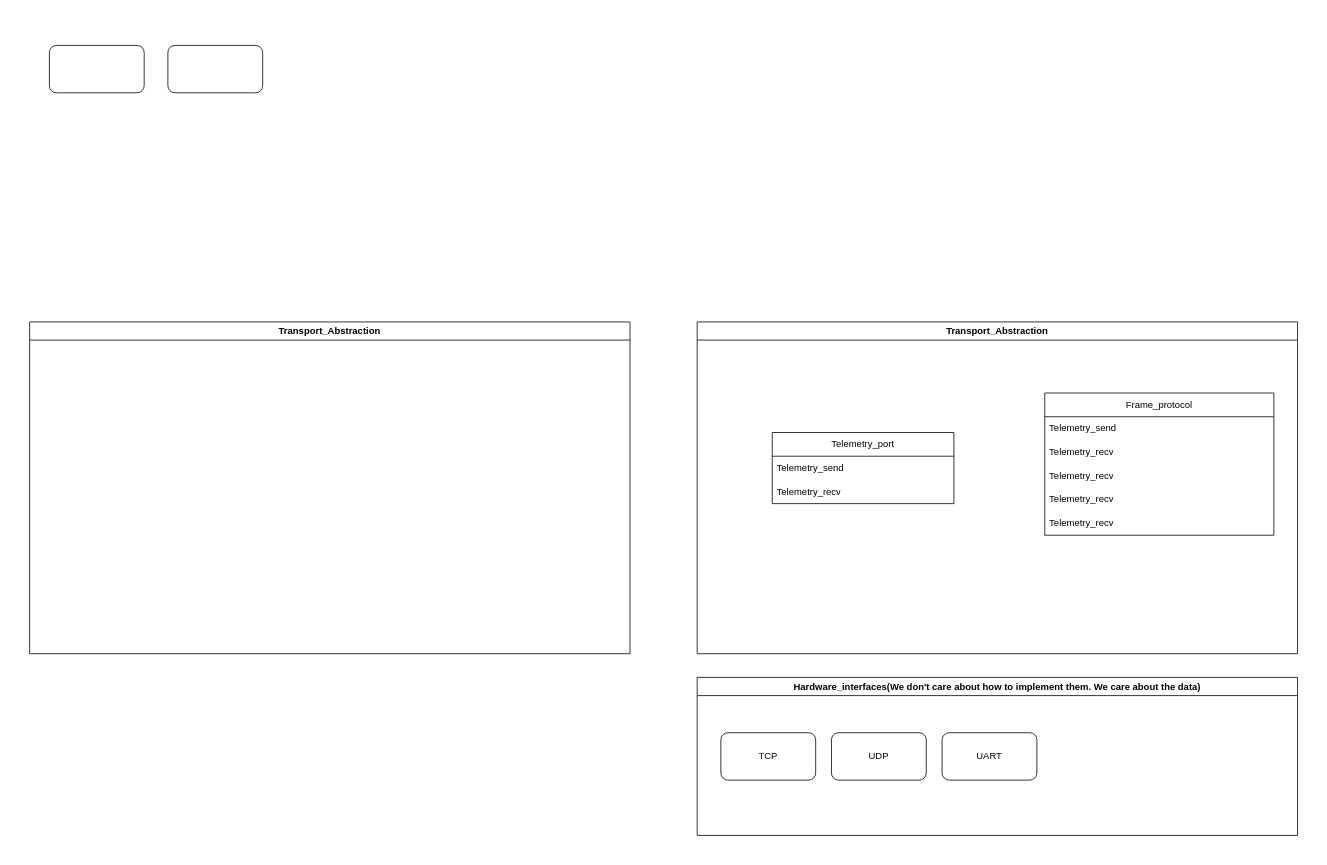
Before: SystemDiagram.drawio in lyg09270/Simuless, a draw.io diagram. Source tidied: cells renumbered, new cells numbered last; positions are measured from the earlier drawing's top-left corner, leaving out a move shared by most shapes. Both pictures are drawn from the tidied source at 79%, with x=0, y=0 at pixel (29, 45).
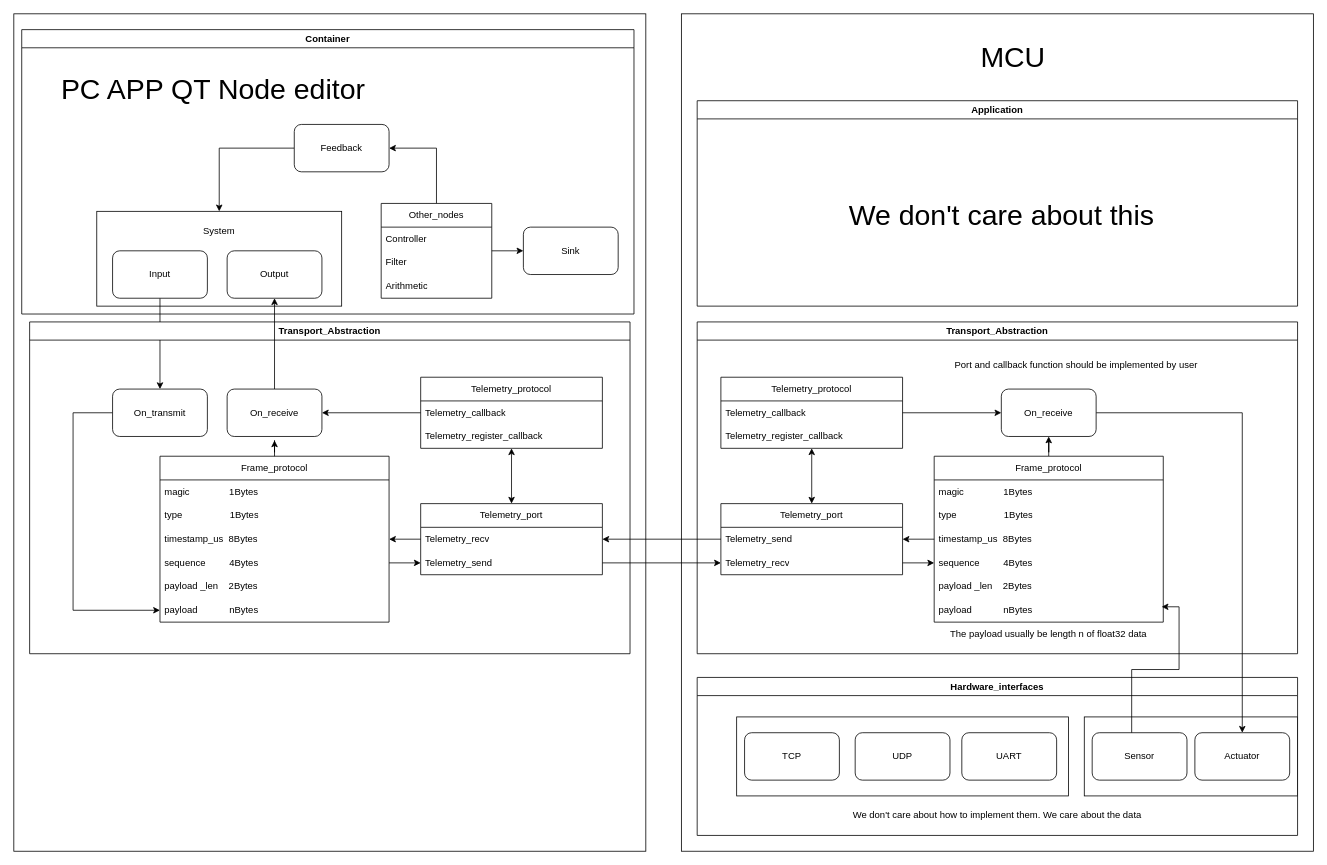
The same page after the edit.

Unchanged cells that the change refers to:
```xml
<mxCell id="7" value="Telemetry_send" style="text;strokeColor=none;fillColor=none;align=left;verticalAlign=middle;spacingLeft=4;spacingRight=4;overflow=hidden;points=[[0,0.5],[1,0.5]];portConstraint=eastwest;whiteSpace=wrap;html=1;" parent="6" vertex="1">
  <mxGeometry y="30" width="230" height="30" as="geometry" />
</mxCell>
<mxCell id="8" value="Telemetry_recv" style="text;strokeColor=none;fillColor=none;align=left;verticalAlign=middle;spacingLeft=4;spacingRight=4;overflow=hidden;points=[[0,0.5],[1,0.5]];portConstraint=eastwest;whiteSpace=wrap;html=1;" parent="6" vertex="1">
  <mxGeometry y="60" width="230" height="30" as="geometry" />
</mxCell>
```

The edit, as a diff of the source:
```diff
@@
+    <mxCell id="19" style="whiteSpace=wrap;html=1;" parent="1" vertex="1">
+      <mxGeometry x="-20" y="-40" width="800" height="1060" as="geometry" />
+    </mxCell>
+    <mxCell id="20" style="rounded=0;whiteSpace=wrap;html=1;" parent="1" vertex="1">
+      <mxGeometry x="85" y="210" width="310" height="120" as="geometry" />
+    </mxCell>
+    <mxCell id="21" style="whiteSpace=wrap;html=1;" parent="1" vertex="1">
+      <mxGeometry x="825" y="-40" width="800" height="1060" as="geometry" />
+    </mxCell>
@@
+    <mxCell id="22" style="edgeStyle=orthogonalEdgeStyle;rounded=0;jettySize=auto;html=1;" parent="1" edge="1" source="3" target="70">
+      <mxGeometry relative="1" as="geometry" />
+    </mxCell>
-    <mxCell id="3" style="rounded=1;whiteSpace=wrap;html=1;" parent="1" vertex="1">
-      <mxGeometry x="25" width="120" height="60" as="geometry" />
+    <mxCell id="3" value="Input" style="rounded=1;whiteSpace=wrap;html=1;" parent="1" vertex="1">
+      <mxGeometry x="105" y="260" width="120" height="60" as="geometry" />
     </mxCell>
-    <mxCell id="4" style="rounded=1;whiteSpace=wrap;html=1;" parent="1" vertex="1">
-      <mxGeometry x="175" width="120" height="60" as="geometry" />
-    </mxCell>
@@
     <mxCell id="6" value="Telemetry_port" style="swimlane;fontStyle=0;horizontal=1;startSize=30;whiteSpace=wrap;html=1;" parent="1" vertex="1">
-      <mxGeometry x="940" y="490" width="230" height="90" as="geometry" />
+      <mxGeometry x="875" y="580" width="230" height="90" as="geometry" />
     </mxCell>
@@
+    <mxCell id="23" style="edgeStyle=orthogonalEdgeStyle;rounded=0;jettySize=auto;html=1;entryX=1;entryY=0.5;entryDx=0;entryDy=0;" parent="1" edge="1" source="9" target="7">
+      <mxGeometry relative="1" as="geometry" />
+    </mxCell>
+    <mxCell id="24" style="edgeStyle=orthogonalEdgeStyle;rounded=0;jettySize=auto;html=1;entryX=0.5;entryY=1;entryDx=0;entryDy=0;" parent="1" edge="1" source="9" target="62">
+      <mxGeometry relative="1" as="geometry" />
+    </mxCell>
     <mxCell id="9" value="Frame_protocol" style="swimlane;fontStyle=0;horizontal=1;startSize=30;whiteSpace=wrap;html=1;" parent="1" vertex="1">
-      <mxGeometry x="1285" y="440" width="290" height="180" as="geometry" />
+      <mxGeometry x="1145" y="520" width="290" height="210" as="geometry" />
     </mxCell>
-    <mxCell id="10" value="Telemetry_send" style="text;strokeColor=none;fillColor=none;align=left;verticalAlign=middle;spacingLeft=4;spacingRight=4;overflow=hidden;whiteSpace=wrap;html=1;" parent="9" vertex="1">
+    <mxCell id="10" value="magic&amp;nbsp; &amp;nbsp; &amp;nbsp; &amp;nbsp; &amp;nbsp; &amp;nbsp; &amp;nbsp; &amp;nbsp;1&lt;span style=&quot;background-color: transparent; color: light-dark(rgb(0, 0, 0), rgb(255, 255, 255));&quot;&gt;Bytes&lt;/span&gt;" style="text;strokeColor=none;fillColor=none;align=left;verticalAlign=middle;spacingLeft=4;spacingRight=4;overflow=hidden;whiteSpace=wrap;html=1;" parent="9" vertex="1">
       <mxGeometry y="30" width="290" height="30" as="geometry" />
     </mxCell>
+    <mxCell id="14" value="type&amp;nbsp; &amp;nbsp; &amp;nbsp; &amp;nbsp; &amp;nbsp; &amp;nbsp; &amp;nbsp; &amp;nbsp; &amp;nbsp; 1Bytes" style="text;strokeColor=none;fillColor=none;align=left;verticalAlign=middle;spacingLeft=4;spacingRight=4;overflow=hidden;whiteSpace=wrap;html=1;" parent="9" vertex="1">
+      <mxGeometry y="60" width="290" height="30" as="geometry" />
+    </mxCell>
-    <mxCell id="11" value="Telemetry_recv" style="text;strokeColor=none;fillColor=none;align=left;verticalAlign=middle;spacingLeft=4;spacingRight=4;overflow=hidden;whiteSpace=wrap;html=1;" parent="9" vertex="1">
-      <mxGeometry y="60" width="290" height="30" as="geometry" />
+    <mxCell id="11" value="timestamp_us&amp;nbsp; 8Bytes" style="text;strokeColor=none;fillColor=none;align=left;verticalAlign=middle;spacingLeft=4;spacingRight=4;overflow=hidden;whiteSpace=wrap;html=1;" parent="9" vertex="1">
+      <mxGeometry y="90" width="290" height="30" as="geometry" />
     </mxCell>
-    <mxCell id="12" value="Telemetry_recv" style="text;strokeColor=none;fillColor=none;align=left;verticalAlign=middle;spacingLeft=4;spacingRight=4;overflow=hidden;whiteSpace=wrap;html=1;" parent="9" vertex="1">
-      <mxGeometry y="90" width="290" height="30" as="geometry" />
-    </mxCell>
-    <mxCell id="13" value="Telemetry_recv" style="text;strokeColor=none;fillColor=none;align=left;verticalAlign=middle;spacingLeft=4;spacingRight=4;overflow=hidden;whiteSpace=wrap;html=1;" parent="9" vertex="1">
-      <mxGeometry y="120" width="290" height="30" as="geometry" />
-    </mxCell>
-    <mxCell id="14" value="Telemetry_recv" style="text;strokeColor=none;fillColor=none;align=left;verticalAlign=middle;spacingLeft=4;spacingRight=4;overflow=hidden;whiteSpace=wrap;html=1;" parent="9" vertex="1">
-      <mxGeometry y="150" width="290" height="30" as="geometry" />
-    </mxCell>
+    <mxCell id="25" value="sequence&amp;nbsp; &amp;nbsp; &amp;nbsp; &amp;nbsp; &amp;nbsp;4Bytes" style="text;strokeColor=none;fillColor=none;align=left;verticalAlign=middle;spacingLeft=4;spacingRight=4;overflow=hidden;points=[[0,0.5],[1,0.5]];portConstraint=eastwest;whiteSpace=wrap;html=1;" parent="9" vertex="1">
+      <mxGeometry y="120" width="290" height="30" as="geometry" />
+    </mxCell>
+    <mxCell id="26" value="payload _len&amp;nbsp; &amp;nbsp; 2Bytes" style="text;strokeColor=none;fillColor=none;align=left;verticalAlign=middle;spacingLeft=4;spacingRight=4;overflow=hidden;whiteSpace=wrap;html=1;" parent="9" vertex="1">
+      <mxGeometry y="150" width="290" height="30" as="geometry" />
+    </mxCell>
+    <mxCell id="27" value="payload&amp;nbsp; &amp;nbsp; &amp;nbsp; &amp;nbsp; &amp;nbsp; &amp;nbsp; nBytes" style="text;strokeColor=none;fillColor=none;align=left;verticalAlign=middle;spacingLeft=4;spacingRight=4;overflow=hidden;points=[[0,0.5],[1,0.5]];portConstraint=eastwest;whiteSpace=wrap;html=1;" parent="9" vertex="1">
+      <mxGeometry y="180" width="290" height="30" as="geometry" />
+    </mxCell>
-    <mxCell id="15" value="Hardware_interfaces(We don't care about how to implement them. We care about the data&lt;span style=&quot;background-color: transparent; color: light-dark(rgb(0, 0, 0), rgb(255, 255, 255));&quot;&gt;)&lt;/span&gt;" style="swimlane;whiteSpace=wrap;html=1;" parent="1" vertex="1">
+    <mxCell id="15" value="Hardware_interfaces" style="swimlane;whiteSpace=wrap;" parent="1" vertex="1">
       <mxGeometry x="845" y="800" width="760" height="200" as="geometry" />
     </mxCell>
+    <mxCell id="28" style="rounded=0;whiteSpace=wrap;html=1;" parent="15" vertex="1">
+      <mxGeometry x="490" y="50" width="270" height="100" as="geometry" />
+    </mxCell>
+    <mxCell id="29" style="rounded=0;whiteSpace=wrap;html=1;" parent="15" vertex="1">
+      <mxGeometry x="50" y="50" width="420" height="100" as="geometry" />
+    </mxCell>
     <mxCell id="16" value="TCP" style="rounded=1;whiteSpace=wrap;html=1;" parent="15" vertex="1">
-      <mxGeometry x="30" y="70" width="120" height="60" as="geometry" />
+      <mxGeometry x="60" y="70" width="120" height="60" as="geometry" />
     </mxCell>
     <mxCell id="17" value="UDP" style="rounded=1;whiteSpace=wrap;html=1;" parent="15" vertex="1">
-      <mxGeometry x="170" y="70" width="120" height="60" as="geometry" />
+      <mxGeometry x="200" y="70" width="120" height="60" as="geometry" />
     </mxCell>
     <mxCell id="18" value="UART" style="rounded=1;whiteSpace=wrap;html=1;" parent="15" vertex="1">
-      <mxGeometry x="310" y="70" width="120" height="60" as="geometry" />
+      <mxGeometry x="335" y="70" width="120" height="60" as="geometry" />
     </mxCell>
+    <mxCell id="30" value="Sensor" style="rounded=1;whiteSpace=wrap;html=1;" parent="15" vertex="1">
+      <mxGeometry x="500" y="70" width="120" height="60" as="geometry" />
+    </mxCell>
+    <mxCell id="31" value="Actuator" style="rounded=1;whiteSpace=wrap;html=1;" parent="15" vertex="1">
+      <mxGeometry x="630" y="70" width="120" height="60" as="geometry" />
+    </mxCell>
+    <mxCell id="32" value="We don't care about how to implement them. We care about the data" style="text;strokeColor=none;fillColor=none;align=center;verticalAlign=middle;rounded=0;whiteSpace=wrap;" parent="15" vertex="1">
+      <mxGeometry x="100" y="160" width="560" height="30" as="geometry" />
+    </mxCell>
+    <mxCell id="33" style="rounded=0;jettySize=auto;html=1;entryX=0.5;entryY=0;entryDx=0;entryDy=0;startArrow=classic;startFill=1;" parent="1" edge="1" source="34" target="6">
+      <mxGeometry relative="1" as="geometry" />
+    </mxCell>
+    <mxCell id="34" value="Telemetry_protocol" style="swimlane;fontStyle=0;horizontal=1;startSize=30;whiteSpace=wrap;html=1;" parent="1" vertex="1">
+      <mxGeometry x="875" y="420" width="230" height="90" as="geometry" />
+    </mxCell>
+    <mxCell id="35" value="Telemetry_callback" style="text;strokeColor=none;fillColor=none;align=left;verticalAlign=middle;spacingLeft=4;spacingRight=4;overflow=hidden;points=[[0,0.5],[1,0.5]];portConstraint=eastwest;whiteSpace=wrap;html=1;" parent="34" vertex="1">
+      <mxGeometry y="30" width="230" height="30" as="geometry" />
+    </mxCell>
+    <mxCell id="36" value="Telemetry_register_callback" style="text;strokeColor=none;fillColor=none;align=left;verticalAlign=middle;spacingLeft=4;spacingRight=4;overflow=hidden;whiteSpace=wrap;html=1;" parent="34" vertex="1">
+      <mxGeometry y="60" width="230" height="30" as="geometry" />
+    </mxCell>
+    <mxCell id="37" value="The payload usually be length n of float32 data" style="text;html=1;whiteSpace=wrap;strokeColor=none;fillColor=none;align=center;verticalAlign=middle;rounded=0;" parent="1" vertex="1">
+      <mxGeometry x="1145" y="730" width="290" height="30" as="geometry" />
+    </mxCell>
+    <mxCell id="38" style="edgeStyle=orthogonalEdgeStyle;rounded=0;jettySize=auto;html=1;entryX=0.993;entryY=0.352;entryDx=0;entryDy=0;entryPerimeter=0;" parent="1" edge="1" source="30" target="27">
+      <mxGeometry relative="1" as="geometry">
+        <Array as="points">
+          <mxPoint x="1395" y="790" />
+          <mxPoint x="1455" y="790" />
+          <mxPoint x="1455" y="711" />
+        </Array>
+      </mxGeometry>
+    </mxCell>
+    <mxCell id="39" value="Port and callback function should be implemented by user" style="text;html=1;whiteSpace=wrap;strokeColor=none;fillColor=none;align=center;verticalAlign=middle;rounded=0;" parent="1" vertex="1">
+      <mxGeometry x="1145" y="390" width="360" height="30" as="geometry" />
+    </mxCell>
+    <mxCell id="40" value="MCU" style="text;html=1;whiteSpace=wrap;strokeColor=none;fillColor=none;align=center;verticalAlign=middle;rounded=0;fontSize=36;" parent="1" vertex="1">
+      <mxGeometry x="1045" y="-30" width="400" height="90" as="geometry" />
+    </mxCell>
+    <mxCell id="41" value="PC APP QT Node editor" style="text;html=1;whiteSpace=wrap;strokeColor=none;fillColor=none;align=center;verticalAlign=middle;rounded=0;fontSize=36;" parent="1" vertex="1">
+      <mxGeometry y="10" width="465" height="90" as="geometry" />
+    </mxCell>
+    <mxCell id="42" value="Telemetry_port" style="swimlane;fontStyle=0;horizontal=1;startSize=30;whiteSpace=wrap;html=1;" parent="1" vertex="1">
+      <mxGeometry x="495" y="580" width="230" height="90" as="geometry" />
+    </mxCell>
+    <mxCell id="43" value="Telemetry_recv" style="text;strokeColor=none;fillColor=none;align=left;verticalAlign=middle;spacingLeft=4;spacingRight=4;overflow=hidden;points=[[0,0.5],[1,0.5]];portConstraint=eastwest;whiteSpace=wrap;html=1;" parent="42" vertex="1">
+      <mxGeometry y="30" width="230" height="30" as="geometry" />
+    </mxCell>
+    <mxCell id="44" value="Telemetry_send" style="text;strokeColor=none;fillColor=none;align=left;verticalAlign=middle;spacingLeft=4;spacingRight=4;overflow=hidden;points=[[0,0.5],[1,0.5]];portConstraint=eastwest;whiteSpace=wrap;html=1;" parent="42" vertex="1">
+      <mxGeometry y="60" width="230" height="30" as="geometry" />
+    </mxCell>
+    <mxCell id="45" style="rounded=0;jettySize=auto;html=1;entryX=0.5;entryY=0;entryDx=0;entryDy=0;startArrow=classic;startFill=1;" parent="1" edge="1" source="46" target="42">
+      <mxGeometry relative="1" as="geometry" />
+    </mxCell>
+    <mxCell id="46" value="Telemetry_protocol" style="swimlane;fontStyle=0;horizontal=1;startSize=30;whiteSpace=wrap;html=1;" parent="1" vertex="1">
+      <mxGeometry x="495" y="420" width="230" height="90" as="geometry" />
+    </mxCell>
+    <mxCell id="47" value="Telemetry_callback" style="text;strokeColor=none;fillColor=none;align=left;verticalAlign=middle;spacingLeft=4;spacingRight=4;overflow=hidden;points=[[0,0.5],[1,0.5]];portConstraint=eastwest;whiteSpace=wrap;html=1;" parent="46" vertex="1">
+      <mxGeometry y="30" width="230" height="30" as="geometry" />
+    </mxCell>
+    <mxCell id="48" value="Telemetry_register_callback" style="text;strokeColor=none;fillColor=none;align=left;verticalAlign=middle;spacingLeft=4;spacingRight=4;overflow=hidden;whiteSpace=wrap;html=1;" parent="46" vertex="1">
+      <mxGeometry y="60" width="230" height="30" as="geometry" />
+    </mxCell>
+    <mxCell id="49" style="edgeStyle=orthogonalEdgeStyle;rounded=0;jettySize=auto;html=1;" parent="1" edge="1" source="7" target="43">
+      <mxGeometry relative="1" as="geometry" />
+    </mxCell>
+    <mxCell id="50" style="edgeStyle=orthogonalEdgeStyle;rounded=0;jettySize=auto;html=1;" parent="1" edge="1" source="44" target="8">
+      <mxGeometry relative="1" as="geometry" />
+    </mxCell>
+    <mxCell id="51" value="Frame_protocol" style="swimlane;fontStyle=0;horizontal=1;startSize=30;whiteSpace=wrap;html=1;" parent="1" vertex="1">
+      <mxGeometry x="165" y="520" width="290" height="210" as="geometry" />
+    </mxCell>
+    <mxCell id="52" value="magic&amp;nbsp; &amp;nbsp; &amp;nbsp; &amp;nbsp; &amp;nbsp; &amp;nbsp; &amp;nbsp; &amp;nbsp;1&lt;span style=&quot;background-color: transparent; color: light-dark(rgb(0, 0, 0), rgb(255, 255, 255));&quot;&gt;Bytes&lt;/span&gt;" style="text;strokeColor=none;fillColor=none;align=left;verticalAlign=middle;spacingLeft=4;spacingRight=4;overflow=hidden;whiteSpace=wrap;html=1;" parent="51" vertex="1">
+      <mxGeometry y="30" width="290" height="30" as="geometry" />
+    </mxCell>
+    <mxCell id="53" value="type&amp;nbsp; &amp;nbsp; &amp;nbsp; &amp;nbsp; &amp;nbsp; &amp;nbsp; &amp;nbsp; &amp;nbsp; &amp;nbsp; 1Bytes" style="text;strokeColor=none;fillColor=none;align=left;verticalAlign=middle;spacingLeft=4;spacingRight=4;overflow=hidden;whiteSpace=wrap;html=1;" parent="51" vertex="1">
+      <mxGeometry y="60" width="290" height="30" as="geometry" />
+    </mxCell>
+    <mxCell id="54" value="timestamp_us&amp;nbsp; 8Bytes" style="text;strokeColor=none;fillColor=none;align=left;verticalAlign=middle;spacingLeft=4;spacingRight=4;overflow=hidden;points=[[0,0.5],[1,0.5]];portConstraint=eastwest;whiteSpace=wrap;html=1;" parent="51" vertex="1">
+      <mxGeometry y="90" width="290" height="30" as="geometry" />
+    </mxCell>
+    <mxCell id="55" value="sequence&amp;nbsp; &amp;nbsp; &amp;nbsp; &amp;nbsp; &amp;nbsp;4Bytes" style="text;strokeColor=none;fillColor=none;align=left;verticalAlign=middle;spacingLeft=4;spacingRight=4;overflow=hidden;points=[[0,0.5],[1,0.5]];portConstraint=eastwest;whiteSpace=wrap;html=1;" parent="51" vertex="1">
+      <mxGeometry y="120" width="290" height="30" as="geometry" />
+    </mxCell>
+    <mxCell id="56" value="payload _len&amp;nbsp; &amp;nbsp; 2Bytes" style="text;strokeColor=none;fillColor=none;align=left;verticalAlign=middle;spacingLeft=4;spacingRight=4;overflow=hidden;whiteSpace=wrap;html=1;" parent="51" vertex="1">
+      <mxGeometry y="150" width="290" height="30" as="geometry" />
+    </mxCell>
+    <mxCell id="57" value="payload&amp;nbsp; &amp;nbsp; &amp;nbsp; &amp;nbsp; &amp;nbsp; &amp;nbsp; nBytes" style="text;strokeColor=none;fillColor=none;align=left;verticalAlign=middle;spacingLeft=4;spacingRight=4;overflow=hidden;points=[[0,0.5],[1,0.5]];portConstraint=eastwest;whiteSpace=wrap;html=1;" parent="51" vertex="1">
+      <mxGeometry y="180" width="290" height="30" as="geometry" />
+    </mxCell>
+    <mxCell id="58" style="edgeStyle=orthogonalEdgeStyle;rounded=0;jettySize=auto;html=1;" parent="1" edge="1" source="55" target="44">
+      <mxGeometry relative="1" as="geometry" />
+    </mxCell>
+    <mxCell id="59" style="edgeStyle=orthogonalEdgeStyle;rounded=0;jettySize=auto;html=1;" parent="1" edge="1" source="43" target="54">
+      <mxGeometry relative="1" as="geometry" />
+    </mxCell>
+    <mxCell id="60" style="edgeStyle=orthogonalEdgeStyle;rounded=0;jettySize=auto;html=1;entryX=0;entryY=0.5;entryDx=0;entryDy=0;" parent="1" edge="1" source="8" target="25">
+      <mxGeometry relative="1" as="geometry" />
+    </mxCell>
+    <mxCell id="61" style="edgeStyle=orthogonalEdgeStyle;rounded=0;jettySize=auto;html=1;entryX=0.5;entryY=0;entryDx=0;entryDy=0;" parent="1" edge="1" source="62" target="31">
+      <mxGeometry relative="1" as="geometry" />
+    </mxCell>
+    <mxCell id="62" value="On_receive" style="rounded=1;whiteSpace=wrap;html=1;" parent="1" vertex="1">
+      <mxGeometry x="1230" y="435" width="120" height="60" as="geometry" />
+    </mxCell>
+    <mxCell id="63" style="edgeStyle=orthogonalEdgeStyle;rounded=0;jettySize=auto;html=1;" parent="1" edge="1" source="35" target="62">
+      <mxGeometry relative="1" as="geometry" />
+    </mxCell>
+    <mxCell id="64" style="edgeStyle=orthogonalEdgeStyle;rounded=0;jettySize=auto;html=1;" parent="1" edge="1" source="65" target="68">
+      <mxGeometry relative="1" as="geometry" />
+    </mxCell>
+    <mxCell id="65" value="On_receive" style="rounded=1;whiteSpace=wrap;html=1;" parent="1" vertex="1">
+      <mxGeometry x="250" y="435" width="120" height="60" as="geometry" />
+    </mxCell>
+    <mxCell id="66" style="edgeStyle=orthogonalEdgeStyle;rounded=0;jettySize=auto;html=1;" parent="1" edge="1" source="47" target="65">
+      <mxGeometry relative="1" as="geometry" />
+    </mxCell>
+    <mxCell id="67" style="edgeStyle=orthogonalEdgeStyle;rounded=0;jettySize=auto;html=1;entryX=0.5;entryY=1.083;entryDx=0;entryDy=0;entryPerimeter=0;" parent="1" edge="1" source="51" target="65">
+      <mxGeometry relative="1" as="geometry" />
+    </mxCell>
+    <mxCell id="68" value="Output" style="rounded=1;whiteSpace=wrap;html=1;" parent="1" vertex="1">
+      <mxGeometry x="250" y="260" width="120" height="60" as="geometry" />
+    </mxCell>
+    <mxCell id="69" style="edgeStyle=orthogonalEdgeStyle;rounded=0;jettySize=auto;html=1;entryX=0;entryY=0.5;entryDx=0;entryDy=0;" parent="1" edge="1" source="70" target="57">
+      <mxGeometry relative="1" as="geometry">
+        <Array as="points">
+          <mxPoint x="55" y="465" />
+          <mxPoint x="55" y="715" />
+        </Array>
+      </mxGeometry>
+    </mxCell>
+    <mxCell id="70" value="On_transmit" style="rounded=1;whiteSpace=wrap;html=1;" parent="1" vertex="1">
+      <mxGeometry x="105" y="435" width="120" height="60" as="geometry" />
+    </mxCell>
+    <mxCell id="71" value="System" style="text;html=1;whiteSpace=wrap;strokeColor=none;fillColor=none;align=center;verticalAlign=middle;rounded=0;fontSize=12;" parent="1" vertex="1">
+      <mxGeometry x="190" y="220" width="100" height="30" as="geometry" />
+    </mxCell>
+    <mxCell id="72" style="edgeStyle=orthogonalEdgeStyle;rounded=0;jettySize=auto;html=1;" parent="1" edge="1" source="74" target="78">
+      <mxGeometry relative="1" as="geometry" />
+    </mxCell>
+    <mxCell id="73" style="edgeStyle=orthogonalEdgeStyle;rounded=0;jettySize=auto;html=1;entryX=1;entryY=0.5;entryDx=0;entryDy=0;" parent="1" edge="1" source="74" target="80">
+      <mxGeometry relative="1" as="geometry" />
+    </mxCell>
+    <mxCell id="74" value="Other_nodes" style="swimlane;fontStyle=0;horizontal=1;startSize=30;whiteSpace=wrap;html=1;" parent="1" vertex="1">
+      <mxGeometry x="445" y="200" width="140" height="120" as="geometry" />
+    </mxCell>
+    <mxCell id="75" value="Controller" style="text;strokeColor=none;fillColor=none;align=left;verticalAlign=middle;spacingLeft=4;spacingRight=4;overflow=hidden;whiteSpace=wrap;html=1;" parent="74" vertex="1">
+      <mxGeometry y="30" width="140" height="30" as="geometry" />
+    </mxCell>
+    <mxCell id="76" value="Filter" style="text;strokeColor=none;fillColor=none;align=left;verticalAlign=middle;spacingLeft=4;spacingRight=4;overflow=hidden;whiteSpace=wrap;html=1;" parent="74" vertex="1">
+      <mxGeometry y="60" width="140" height="30" as="geometry" />
+    </mxCell>
+    <mxCell id="77" value="Arithmetic" style="text;strokeColor=none;fillColor=none;align=left;verticalAlign=middle;spacingLeft=4;spacingRight=4;overflow=hidden;whiteSpace=wrap;html=1;" parent="74" vertex="1">
+      <mxGeometry y="90" width="140" height="30" as="geometry" />
+    </mxCell>
+    <mxCell id="78" value="Sink" style="rounded=1;whiteSpace=wrap;html=1;" parent="1" vertex="1">
+      <mxGeometry x="625" y="230" width="120" height="60" as="geometry" />
+    </mxCell>
+    <mxCell id="79" style="edgeStyle=orthogonalEdgeStyle;rounded=0;jettySize=auto;html=1;entryX=0.5;entryY=0;entryDx=0;entryDy=0;" parent="1" edge="1" source="80" target="20">
+      <mxGeometry relative="1" as="geometry">
+        <Array as="points">
+          <mxPoint x="240" y="130" />
+        </Array>
+      </mxGeometry>
+    </mxCell>
+    <mxCell id="80" value="Feedback" style="rounded=1;whiteSpace=wrap;html=1;" parent="1" vertex="1">
+      <mxGeometry x="335" y="100" width="120" height="60" as="geometry" />
+    </mxCell>
+    <mxCell id="81" value="Container" style="swimlane;" parent="1" vertex="1">
+      <mxGeometry x="-10" y="-20" width="775" height="360" as="geometry" />
+    </mxCell>
+    <mxCell id="82" value="Application" style="swimlane;" parent="1" vertex="1">
+      <mxGeometry x="845" y="70" width="760" height="260" as="geometry" />
+    </mxCell>
+    <mxCell id="83" value="We don't care about this" style="text;html=1;whiteSpace=wrap;strokeColor=none;fillColor=none;align=center;verticalAlign=middle;rounded=0;fontSize=36;" parent="1" vertex="1">
+      <mxGeometry x="998" y="170" width="465" height="90" as="geometry" />
+    </mxCell>
```
